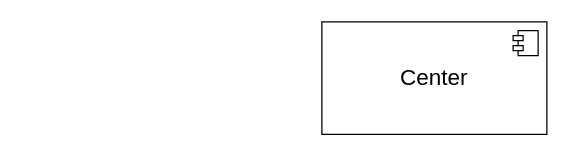
Above: img/未命名绘图.drawio in XutongLi/XutongLi.github.io (draw.io), before the change. Source tidied: cells renumbered, new cells numbered last; positions are measured from the earlier drawing's top-left corner, leaving out a move shared by most shapes. Both pictures are drawn from the tidied source at 125%, with x=0, y=0 at pixel (321, 21).
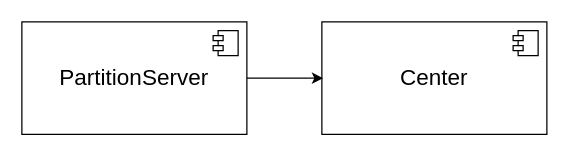
The same diagram, later.

Commit message:
更新未命名绘图.drawio

What changed in the source:
```diff
@@
 <mxGraphModel>
   <root>
     <mxCell id="0" />
     <mxCell id="1" parent="0" />
     <mxCell id="2" value="&lt;font style=&quot;font-size: 18px;&quot;&gt;Center&lt;/font&gt;" style="html=1;whiteSpace=wrap;" parent="1" vertex="1">
       <mxGeometry width="180" height="90" as="geometry" />
     </mxCell>
     <mxCell id="3" style="shape=module;jettyWidth=8;jettyHeight=4;" parent="2" vertex="1">
       <mxGeometry x="1" width="20" height="20" relative="1" as="geometry">
         <mxPoint x="-27" y="7" as="offset" />
       </mxGeometry>
     </mxCell>
+    <mxCell id="4" value="&lt;font style=&quot;font-size: 18px;&quot;&gt;PartitionServer&lt;/font&gt;" style="html=1;whiteSpace=wrap;" parent="1" vertex="1">
+      <mxGeometry x="-240" width="180" height="90" as="geometry" />
+    </mxCell>
+    <mxCell id="5" style="shape=module;jettyWidth=8;jettyHeight=4;" parent="4" vertex="1">
+      <mxGeometry x="1" width="20" height="20" relative="1" as="geometry">
+        <mxPoint x="-27" y="7" as="offset" />
+      </mxGeometry>
+    </mxCell>
+    <mxCell id="6" style="endArrow=classic;html=1;rounded=0;exitX=1;exitY=0.5;exitDx=0;exitDy=0;" parent="1" edge="1" source="4">
+      <mxGeometry relative="1" as="geometry">
+        <mxPoint x="1" y="45" as="targetPoint" />
+      </mxGeometry>
+    </mxCell>
   </root>
 </mxGraphModel>
```
